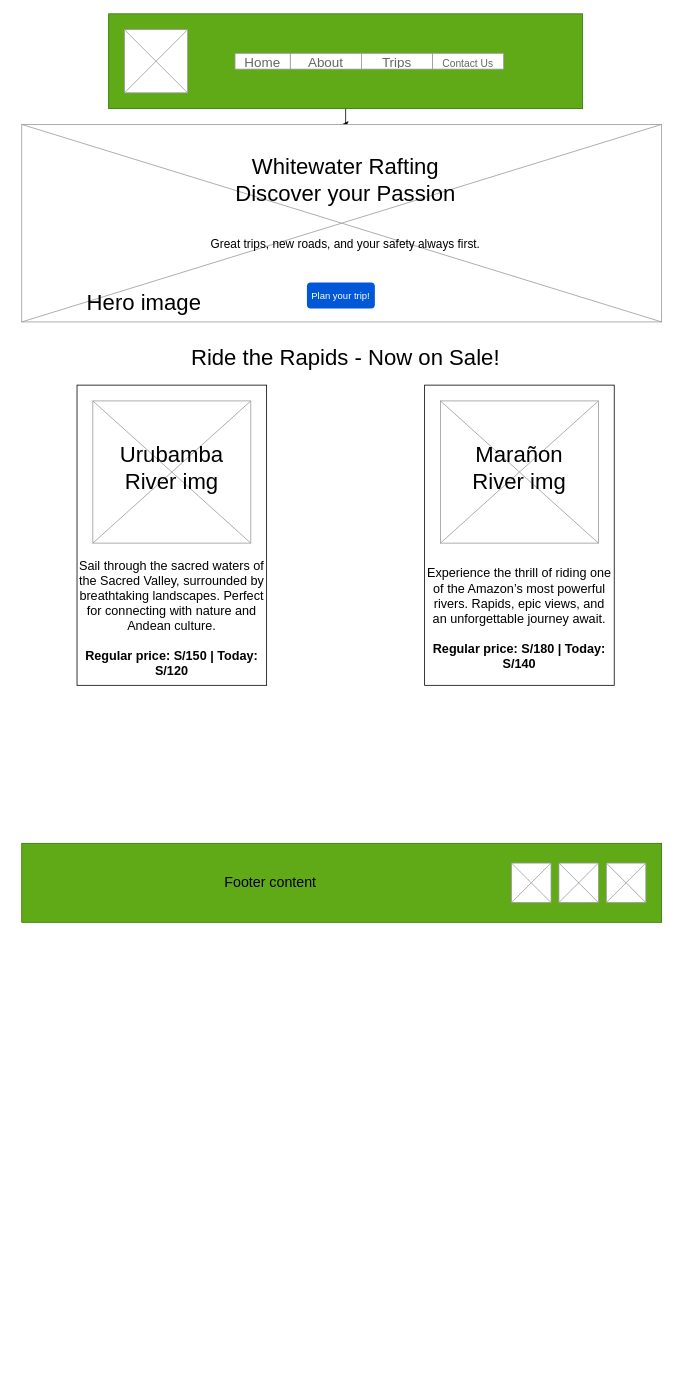
Above: page "Trips" (2 of 2) of wireframes/trips.drawio in hugo-vasques/wdd130 (draw.io), before the change. Source tidied: cells renumbered, new cells numbered last; positions are measured from the earlier drawing's top-left corner, leaving out a move shared by most shapes. Both pictures are drawn from the tidied source at 79%, with x=0, y=0 at pixel (13, 13).
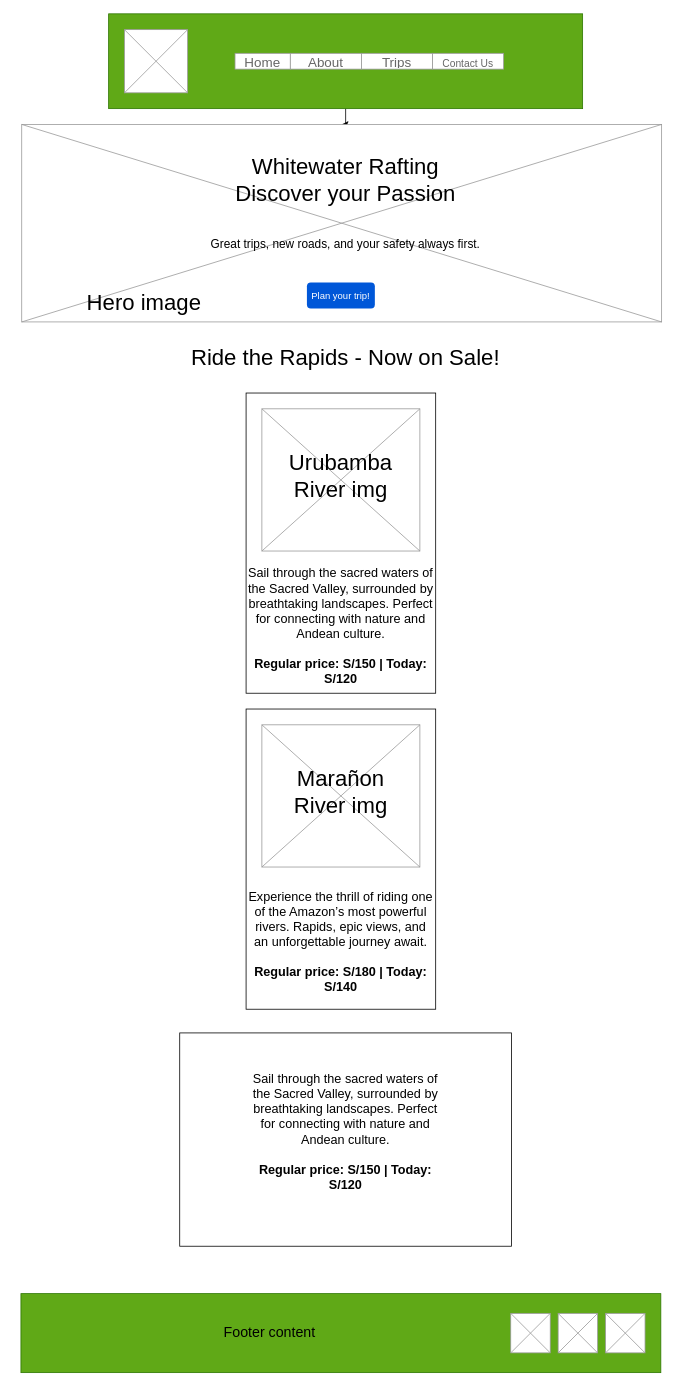
The same page after the edit.

What changed in the source:
```diff
@@
+    <mxCell id="29" style="rounded=0;whiteSpace=wrap;html=1;" parent="1" vertex="1">
+      <mxGeometry x="210" y="1290" width="420" height="270" as="geometry" />
+    </mxCell>
     <mxCell id="2" style="rounded=0;whiteSpace=wrap;html=1;" parent="1" vertex="1">
-      <mxGeometry x="520" y="470" width="240" height="380" as="geometry" />
+      <mxGeometry x="294" y="880" width="240" height="380" as="geometry" />
     </mxCell>
     <mxCell id="3" style="rounded=0;whiteSpace=wrap;html=1;" parent="1" vertex="1">
-      <mxGeometry x="80" y="470" width="240" height="380" as="geometry" />
+      <mxGeometry x="294" y="480" width="240" height="380" as="geometry" />
     </mxCell>
@@
     <mxCell id="12" style="rounded=0;whiteSpace=wrap;html=1;fillColor=#60a917;fontColor=#ffffff;strokeColor=#2D7600;" parent="1" vertex="1">
-      <mxGeometry x="10" y="1050" width="810" height="100" as="geometry" />
+      <mxGeometry x="9" y="1620" width="810" height="100" as="geometry" />
     </mxCell>
     <mxCell id="13" style="verticalLabelPosition=bottom;shadow=0;dashed=0;align=center;html=1;verticalAlign=top;strokeWidth=1;shape=mxgraph.mockup.graphics.simpleIcon;strokeColor=#999999;" parent="1" vertex="1">
-      <mxGeometry x="630" y="1075" width="50" height="50" as="geometry" />
+      <mxGeometry x="629" y="1645" width="50" height="50" as="geometry" />
     </mxCell>
     <mxCell id="14" style="verticalLabelPosition=bottom;shadow=0;dashed=0;align=center;html=1;verticalAlign=top;strokeWidth=1;shape=mxgraph.mockup.graphics.simpleIcon;strokeColor=#999999;" parent="1" vertex="1">
-      <mxGeometry x="690" y="1075" width="50" height="50" as="geometry" />
+      <mxGeometry x="689" y="1645" width="50" height="50" as="geometry" />
     </mxCell>
     <mxCell id="15" style="verticalLabelPosition=bottom;shadow=0;dashed=0;align=center;html=1;verticalAlign=top;strokeWidth=1;shape=mxgraph.mockup.graphics.simpleIcon;strokeColor=#999999;" parent="1" vertex="1">
-      <mxGeometry x="750" y="1075" width="50" height="50" as="geometry" />
+      <mxGeometry x="749" y="1645" width="50" height="50" as="geometry" />
     </mxCell>
     <mxCell id="16" value="Footer content" style="text;html=1;align=center;verticalAlign=middle;whiteSpace=wrap;rounded=0;fontSize=18;" parent="1" vertex="1">
-      <mxGeometry x="50" y="1085" width="550" height="30" as="geometry" />
+      <mxGeometry x="49" y="1655" width="550" height="30" as="geometry" />
     </mxCell>
@@
     <mxCell id="21" style="verticalLabelPosition=bottom;shadow=0;dashed=0;align=center;html=1;verticalAlign=top;strokeWidth=1;shape=mxgraph.mockup.graphics.simpleIcon;strokeColor=#999999;fontSize=9;" parent="1" vertex="1">
-      <mxGeometry x="100" y="490" width="200" height="180" as="geometry" />
+      <mxGeometry x="314" y="500" width="200" height="180" as="geometry" />
     </mxCell>
@@
     <mxCell id="23" style="verticalLabelPosition=bottom;shadow=0;dashed=0;align=center;html=1;verticalAlign=top;strokeWidth=1;shape=mxgraph.mockup.graphics.simpleIcon;strokeColor=#999999;" parent="1" vertex="1">
-      <mxGeometry x="540" y="490" width="200" height="180" as="geometry" />
+      <mxGeometry x="314" y="900" width="200" height="180" as="geometry" />
     </mxCell>
@@
     <mxCell id="25" value="Urubamba River img" style="text;html=1;align=center;verticalAlign=middle;whiteSpace=wrap;rounded=0;fontSize=28;" parent="1" vertex="1">
-      <mxGeometry x="120" y="530" width="160" height="90" as="geometry" />
+      <mxGeometry x="334" y="540" width="160" height="90" as="geometry" />
     </mxCell>
     <mxCell id="26" value="Marañon River img" style="text;html=1;align=center;verticalAlign=middle;whiteSpace=wrap;rounded=0;fontSize=28;" parent="1" vertex="1">
-      <mxGeometry x="560" y="530" width="160" height="90" as="geometry" />
+      <mxGeometry x="334" y="940" width="160" height="90" as="geometry" />
     </mxCell>
     <mxCell id="27" value="Sail through the sacred waters of the Sacred Valley, surrounded by breathtaking landscapes. Perfect for connecting with nature and Andean culture.&lt;br&gt;&lt;br&gt;&lt;strong&gt;Regular price: S/150 | Today: S/120&lt;/strong&gt;" style="text;html=1;align=center;verticalAlign=middle;whiteSpace=wrap;rounded=0;fontSize=16;" parent="1" vertex="1">
-      <mxGeometry x="80" y="680" width="240" height="170" as="geometry" />
+      <mxGeometry x="294" y="690" width="240" height="170" as="geometry" />
     </mxCell>
     <mxCell id="28" value="Experience the thrill of riding one of the Amazon’s most powerful rivers. Rapids, epic views, and an unforgettable journey await.&lt;br&gt;&lt;br&gt;&lt;strong&gt;Regular price: S/180 | Today: S/140&lt;/strong&gt;" style="text;html=1;align=center;verticalAlign=middle;whiteSpace=wrap;rounded=0;fontSize=16;" parent="1" vertex="1">
-      <mxGeometry x="520" y="680" width="240" height="170" as="geometry" />
+      <mxGeometry x="294" y="1090" width="240" height="170" as="geometry" />
     </mxCell>
+    <mxCell id="30" value="Sail through the sacred waters of the Sacred Valley, surrounded by breathtaking landscapes. Perfect for connecting with nature and Andean culture.&lt;br&gt;&lt;br&gt;&lt;strong&gt;Regular price: S/150 | Today: S/120&lt;/strong&gt;" style="text;html=1;align=center;verticalAlign=middle;whiteSpace=wrap;rounded=0;fontSize=16;" parent="1" vertex="1">
+      <mxGeometry x="300" y="1330" width="240" height="170" as="geometry" />
+    </mxCell>
```
